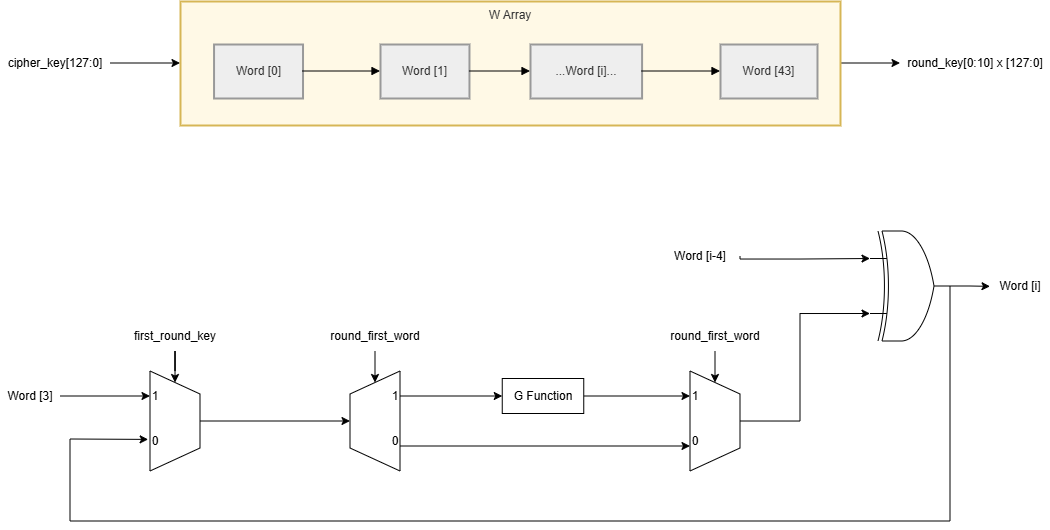
This is media/AESKeyExpansionLowDes.png from LQLManZz/AES128-Verilog, a draw.io export, as it was before one commit. Source tidied: cells renumbered, new cells last; positions are measured from the earlier drawing's top-left corner, leaving out a move shared by most shapes.
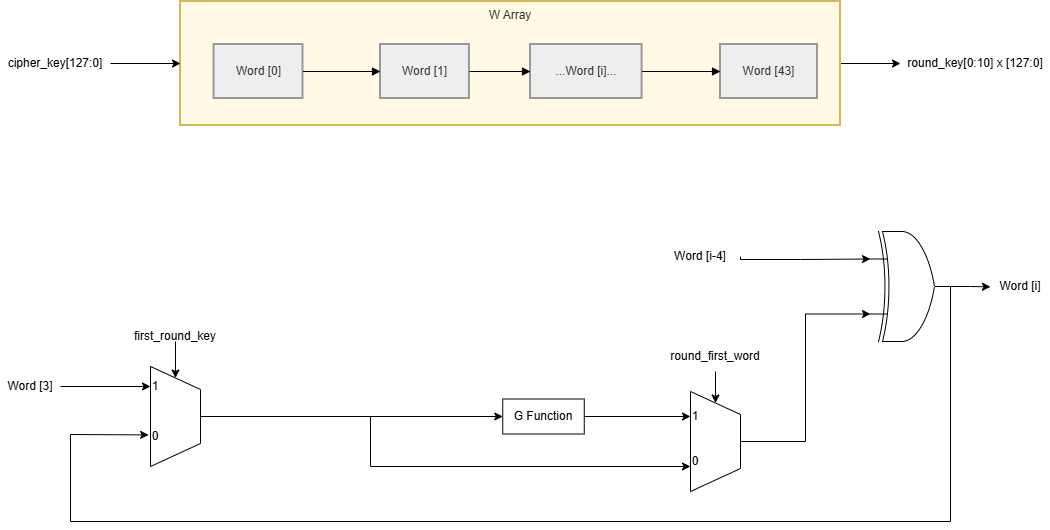
The same diagram one commit later.

Change to the diagram source:
```diff
@@ -29,35 +29,34 @@
     <mxCell id="10" style="curved=1;startArrow=none;endArrow=block;exitX=1;exitY=0.5;entryX=0;entryY=0.5;rounded=0;" parent="3" edge="1" source="6" target="7">
       <mxGeometry relative="1" as="geometry" />
     </mxCell>
-    <mxCell id="11" style="edgeStyle=orthogonalEdgeStyle;rounded=0;jettySize=auto;html=1;exitX=0.5;exitY=0;exitDx=0;exitDy=0;entryX=0.5;entryY=0;entryDx=0;entryDy=0;" parent="1" edge="1" source="12" target="15">
-      <mxGeometry relative="1" as="geometry" />
-    </mxCell>
+    <mxCell id="43" style="edgeStyle=orthogonalEdgeStyle;rounded=0;jettySize=auto;html=1;exitX=0.5;exitY=0;exitDx=0;exitDy=0;entryX=0;entryY=0.5;entryDx=0;entryDy=0;" parent="1" edge="1" source="12" target="19">
+      <mxGeometry relative="1" as="geometry" />
+    </mxCell>
+    <mxCell id="44" style="edgeStyle=orthogonalEdgeStyle;rounded=0;jettySize=auto;html=1;exitX=0.5;exitY=0;exitDx=0;exitDy=0;entryX=0.25;entryY=1;entryDx=0;entryDy=0;" parent="1" edge="1" source="12" target="20">
+      <mxGeometry relative="1" as="geometry">
+        <Array as="points">
+          <mxPoint x="370" y="415" />
+          <mxPoint x="370" y="465" />
+        </Array>
+      </mxGeometry>
+    </mxCell>
     <mxCell id="12" style="verticalLabelPosition=middle;verticalAlign=middle;html=1;shape=trapezoid;perimeter=trapezoidPerimeter;whiteSpace=wrap;size=0.23;arcSize=10;flipV=1;labelPosition=center;align=center;legacyAnchorPoints=0;rotation=-90;" parent="1" vertex="1">
-      <mxGeometry x="125" y="395" width="100" height="50" as="geometry" />
+      <mxGeometry x="125" y="390" width="100" height="50" as="geometry" />
     </mxCell>
-    <mxCell id="13" style="edgeStyle=orthogonalEdgeStyle;rounded=0;jettySize=auto;html=1;exitX=0.75;exitY=1;exitDx=0;exitDy=0;entryX=0;entryY=0.5;entryDx=0;entryDy=0;" parent="1" edge="1" source="15" target="19">
-      <mxGeometry relative="1" as="geometry" />
-    </mxCell>
-    <mxCell id="14" style="edgeStyle=orthogonalEdgeStyle;rounded=0;jettySize=auto;html=1;exitX=0.25;exitY=1;exitDx=0;exitDy=0;entryX=0.25;entryY=1;entryDx=0;entryDy=0;" parent="1" edge="1" source="15" target="20">
-      <mxGeometry relative="1" as="geometry" />
-    </mxCell>
-    <mxCell id="15" style="verticalLabelPosition=middle;verticalAlign=middle;html=1;shape=trapezoid;perimeter=trapezoidPerimeter;whiteSpace=wrap;size=0.23;arcSize=10;flipV=0;labelPosition=center;align=center;legacyAnchorPoints=0;rotation=-90;" parent="1" vertex="1">
-      <mxGeometry x="325" y="395" width="100" height="50" as="geometry" />
-    </mxCell>
-    <mxCell id="16" style="edgeStyle=orthogonalEdgeStyle;rounded=0;jettySize=auto;html=1;exitX=1;exitY=0.5;exitDx=0;exitDy=0;entryX=0.75;entryY=1;entryDx=0;entryDy=0;" parent="1" edge="1" source="17" target="12">
-      <mxGeometry relative="1" as="geometry" />
-    </mxCell>
+    <mxCell id="45" style="edgeStyle=orthogonalEdgeStyle;rounded=0;jettySize=auto;html=1;exitX=1;exitY=0.5;exitDx=0;exitDy=0;entryX=0;entryY=0.5;entryDx=0;entryDy=0;" parent="1" edge="1" source="17" target="30">
+      <mxGeometry relative="1" as="geometry" />
+    </mxCell>
     <mxCell id="17" value="Word [3]" style="text;html=1;whiteSpace=wrap;strokeColor=none;fillColor=none;align=center;verticalAlign=middle;rounded=0;" parent="1" vertex="1">
-      <mxGeometry y="380" width="60" height="30" as="geometry" />
+      <mxGeometry y="370" width="60" height="30" as="geometry" />
     </mxCell>
     <mxCell id="18" style="edgeStyle=orthogonalEdgeStyle;rounded=0;jettySize=auto;html=1;exitX=1;exitY=0.5;exitDx=0;exitDy=0;entryX=0.75;entryY=1;entryDx=0;entryDy=0;" parent="1" edge="1" source="19" target="20">
       <mxGeometry relative="1" as="geometry" />
     </mxCell>
     <mxCell id="19" value="G Function" style="whiteSpace=wrap;html=1;" parent="1" vertex="1">
-      <mxGeometry x="502.2" y="377.5" width="81.5" height="35" as="geometry" />
+      <mxGeometry x="502.2" y="397.5" width="81.5" height="35" as="geometry" />
     </mxCell>
     <mxCell id="20" style="verticalLabelPosition=middle;verticalAlign=middle;html=1;shape=trapezoid;perimeter=trapezoidPerimeter;whiteSpace=wrap;size=0.23;arcSize=10;flipV=1;labelPosition=center;align=center;legacyAnchorPoints=0;rotation=-90;" parent="1" vertex="1">
-      <mxGeometry x="665" y="395" width="100" height="50" as="geometry" />
+      <mxGeometry x="665" y="415" width="100" height="50" as="geometry" />
     </mxCell>
     <mxCell id="21" style="edgeStyle=orthogonalEdgeStyle;rounded=0;jettySize=auto;html=1;exitX=1;exitY=0.5;exitDx=0;exitDy=0;exitPerimeter=0;" parent="1" edge="1" source="22">
       <mxGeometry relative="1" as="geometry">
@@ -67,14 +66,6 @@
     <mxCell id="22" style="verticalLabelPosition=bottom;shadow=0;dashed=0;align=center;html=1;verticalAlign=top;shape=mxgraph.electrical.logic_gates.logic_gate;operation=xor;" parent="1" vertex="1">
       <mxGeometry x="870" y="230" width="80" height="110" as="geometry" />
     </mxCell>
-    <mxCell id="23" style="edgeStyle=orthogonalEdgeStyle;rounded=0;jettySize=auto;html=1;exitX=0.5;exitY=0;exitDx=0;exitDy=0;entryX=0;entryY=0.75;entryDx=0;entryDy=0;entryPerimeter=0;" parent="1" edge="1" source="20" target="22">
-      <mxGeometry relative="1" as="geometry">
-        <Array as="points">
-          <mxPoint x="800" y="420" />
-          <mxPoint x="800" y="312" />
-        </Array>
-      </mxGeometry>
-    </mxCell>
     <mxCell id="24" value="Word [i]" style="text;html=1;whiteSpace=wrap;strokeColor=none;fillColor=none;align=center;verticalAlign=middle;rounded=0;" parent="1" vertex="1">
       <mxGeometry x="990" y="270" width="60" height="30" as="geometry" />
     </mxCell>
@@ -83,7 +74,7 @@
         <Array as="points">
           <mxPoint x="950" y="520" />
           <mxPoint x="70" y="520" />
-          <mxPoint x="70" y="438" />
+          <mxPoint x="70" y="433" />
         </Array>
       </mxGeometry>
     </mxCell>
@@ -98,41 +89,31 @@
         </Array>
       </mxGeometry>
     </mxCell>
-    <mxCell id="28" style="edgeStyle=orthogonalEdgeStyle;rounded=0;jettySize=auto;html=1;exitX=0.5;exitY=1;exitDx=0;exitDy=0;" parent="1" edge="1" source="29" target="12">
-      <mxGeometry relative="1" as="geometry" />
+    <mxCell id="28" style="edgeStyle=orthogonalEdgeStyle;rounded=0;jettySize=auto;html=1;exitX=0.5;exitY=1;exitDx=0;exitDy=0;" parent="1" edge="1" target="12">
+      <mxGeometry relative="1" as="geometry">
+        <mxPoint x="175" y="340" as="sourcePoint" />
+      </mxGeometry>
     </mxCell>
     <mxCell id="29" value="first_round_key" style="text;html=1;whiteSpace=wrap;strokeColor=none;fillColor=none;align=center;verticalAlign=middle;rounded=0;" parent="1" vertex="1">
       <mxGeometry x="145" y="320" width="60" height="30" as="geometry" />
     </mxCell>
     <mxCell id="30" value="1" style="text;html=1;whiteSpace=wrap;strokeColor=none;fillColor=none;align=center;verticalAlign=middle;rounded=0;" parent="1" vertex="1">
-      <mxGeometry x="150" y="385" width="10" height="20" as="geometry" />
+      <mxGeometry x="150" y="375" width="10" height="20" as="geometry" />
     </mxCell>
     <mxCell id="31" value="0" style="text;html=1;whiteSpace=wrap;strokeColor=none;fillColor=none;align=center;verticalAlign=middle;rounded=0;" parent="1" vertex="1">
-      <mxGeometry x="150" y="430" width="10" height="20" as="geometry" />
+      <mxGeometry x="150" y="425" width="10" height="20" as="geometry" />
     </mxCell>
-    <mxCell id="32" style="edgeStyle=orthogonalEdgeStyle;rounded=0;jettySize=auto;html=1;exitX=0.5;exitY=1;exitDx=0;exitDy=0;entryX=1;entryY=0.5;entryDx=0;entryDy=0;" parent="1" edge="1" source="33" target="15">
-      <mxGeometry relative="1" as="geometry" />
-    </mxCell>
-    <mxCell id="33" value="round_first_word" style="text;html=1;whiteSpace=wrap;strokeColor=none;fillColor=none;align=center;verticalAlign=middle;rounded=0;" parent="1" vertex="1">
-      <mxGeometry x="345" y="320" width="60" height="30" as="geometry" />
-    </mxCell>
-    <mxCell id="34" value="1" style="text;html=1;whiteSpace=wrap;strokeColor=none;fillColor=none;align=center;verticalAlign=middle;rounded=0;" parent="1" vertex="1">
-      <mxGeometry x="390" y="385" width="10" height="20" as="geometry" />
-    </mxCell>
-    <mxCell id="35" value="0" style="text;html=1;whiteSpace=wrap;strokeColor=none;fillColor=none;align=center;verticalAlign=middle;rounded=0;" parent="1" vertex="1">
-      <mxGeometry x="390" y="430" width="10" height="20" as="geometry" />
-    </mxCell>
     <mxCell id="36" style="edgeStyle=orthogonalEdgeStyle;rounded=0;jettySize=auto;html=1;exitX=0.5;exitY=1;exitDx=0;exitDy=0;entryX=1;entryY=0.5;entryDx=0;entryDy=0;" parent="1" edge="1" source="37" target="20">
       <mxGeometry relative="1" as="geometry" />
     </mxCell>
     <mxCell id="37" value="round_first_word" style="text;html=1;whiteSpace=wrap;strokeColor=none;fillColor=none;align=center;verticalAlign=middle;rounded=0;" parent="1" vertex="1">
-      <mxGeometry x="685" y="320" width="60" height="30" as="geometry" />
+      <mxGeometry x="685" y="340" width="60" height="30" as="geometry" />
     </mxCell>
     <mxCell id="38" value="1" style="text;html=1;whiteSpace=wrap;strokeColor=none;fillColor=none;align=center;verticalAlign=middle;rounded=0;" parent="1" vertex="1">
-      <mxGeometry x="690" y="385" width="10" height="20" as="geometry" />
+      <mxGeometry x="690" y="405" width="10" height="20" as="geometry" />
     </mxCell>
     <mxCell id="39" value="0" style="text;html=1;whiteSpace=wrap;strokeColor=none;fillColor=none;align=center;verticalAlign=middle;rounded=0;" parent="1" vertex="1">
-      <mxGeometry x="690" y="430" width="10" height="20" as="geometry" />
+      <mxGeometry x="690" y="450" width="10" height="20" as="geometry" />
     </mxCell>
     <mxCell id="40" style="edgeStyle=orthogonalEdgeStyle;rounded=0;jettySize=auto;html=1;exitX=1;exitY=0.5;exitDx=0;exitDy=0;entryX=0;entryY=0.5;entryDx=0;entryDy=0;" parent="1" edge="1" source="41" target="3">
       <mxGeometry relative="1" as="geometry" />
@@ -143,5 +124,8 @@
     <mxCell id="42" value="round_key[0:10] x [127:0]" style="text;html=1;whiteSpace=wrap;strokeColor=none;fillColor=none;align=center;verticalAlign=middle;rounded=0;" parent="1" vertex="1">
       <mxGeometry x="900" y="47" width="150" height="30" as="geometry" />
     </mxCell>
+    <mxCell id="23" style="edgeStyle=orthogonalEdgeStyle;rounded=0;jettySize=auto;html=1;exitX=0.5;exitY=0;exitDx=0;exitDy=0;entryX=0;entryY=0.75;entryDx=0;entryDy=0;entryPerimeter=0;" parent="1" edge="1" source="20" target="22">
+      <mxGeometry relative="1" as="geometry" />
+    </mxCell>
   </root>
 </mxGraphModel>
```
